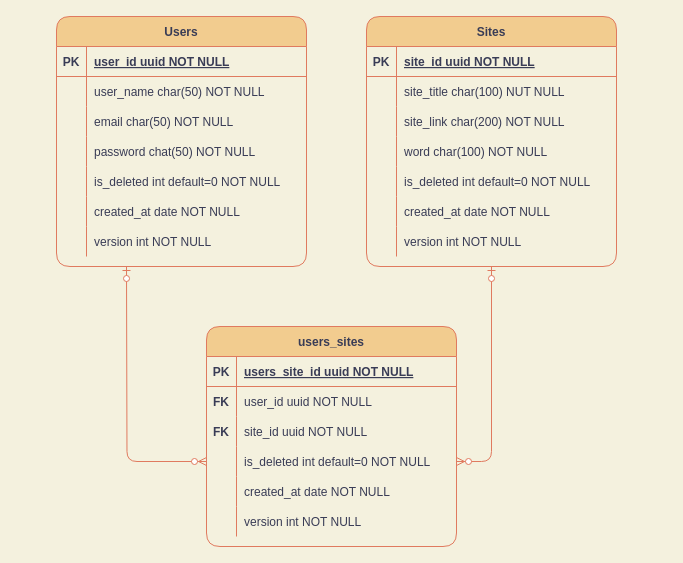
kkoouuya/google-search-app keeps this draw.io diagram as GoogleSearchAppER.drawio. Above is the earlier version. Source tidied: cells renumbered, new cells numbered last; positions are measured from the earlier drawing's top-left corner, leaving out a move shared by most shapes. Both pictures are drawn from the tidied source at 100%, with x=0, y=0 at pixel (56, 16).
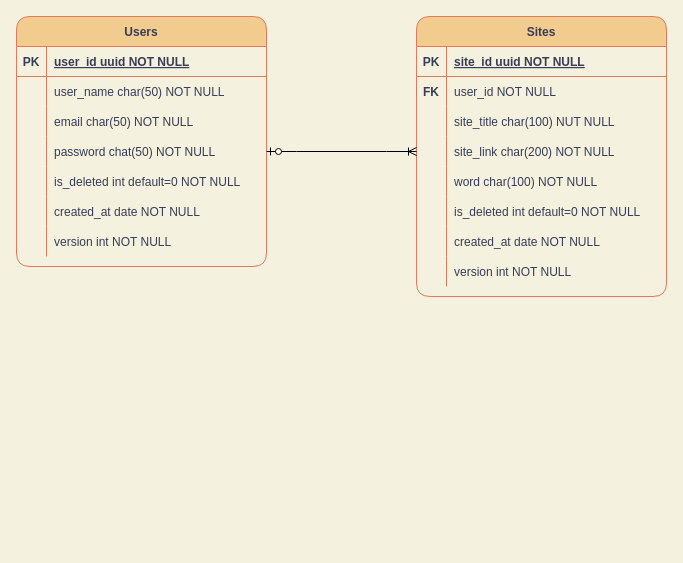
The same diagram, later.

Unchanged cells that the change refers to:
```xml
<mxCell id="34" style="shape=partialRectangle;fillColor=none;points=[[0,0.5],[1,0.5]];portConstraint=eastwest;top=0;left=0;right=0;bottom=0;rounded=1;strokeColor=#E07A5F;fontColor=#393C56;" parent="24" vertex="1">
  <mxGeometry y="120" width="250" height="30" as="geometry" />
</mxCell>
```

Change to the diagram source:
```diff
@@
     <mxCell id="2" value="Sites" style="shape=table;startSize=30;childLayout=tableLayout;rowLines=0;fontStyle=1;align=center;rounded=1;fillColor=#F2CC8F;strokeColor=#E07A5F;fontColor=#393C56;" parent="1" vertex="1">
-      <mxGeometry x="310" width="250" height="250" as="geometry" />
+      <mxGeometry x="360" width="250" height="280" as="geometry" />
     </mxCell>
@@
+    <mxCell id="50" style="shape=partialRectangle;fillColor=none;top=0;left=0;right=0;bottom=0;rounded=1;strokeColor=#E07A5F;fontColor=#393C56;" parent="2" vertex="1">
+      <mxGeometry y="60" width="250" height="30" as="geometry" />
+    </mxCell>
+    <mxCell id="67" value="FK" style="shape=partialRectangle;overflow=hidden;fillColor=none;top=0;left=0;bottom=0;right=0;rounded=1;strokeColor=#E07A5F;fontColor=#393C56;fontStyle=1;" parent="50" vertex="1">
+      <mxGeometry width="30" height="30" as="geometry" />
+    </mxCell>
+    <mxCell id="68" value="user_id NOT NULL" style="shape=partialRectangle;overflow=hidden;fillColor=none;top=0;left=0;bottom=0;right=0;align=left;spacingLeft=6;rounded=1;strokeColor=#E07A5F;fontColor=#393C56;" parent="50" vertex="1">
+      <mxGeometry x="30" width="220" height="30" as="geometry" />
+    </mxCell>
     <mxCell id="6" style="shape=partialRectangle;fillColor=none;top=0;left=0;right=0;bottom=0;rounded=1;strokeColor=#E07A5F;fontColor=#393C56;" parent="2" vertex="1">
-      <mxGeometry y="60" width="250" height="30" as="geometry" />
+      <mxGeometry y="90" width="250" height="30" as="geometry" />
     </mxCell>
@@
     <mxCell id="9" style="shape=partialRectangle;fillColor=none;points=[[0,0.5],[1,0.5]];portConstraint=eastwest;top=0;left=0;right=0;bottom=0;rounded=1;strokeColor=#E07A5F;fontColor=#393C56;" parent="2" vertex="1">
-      <mxGeometry y="90" width="250" height="30" as="geometry" />
+      <mxGeometry y="120" width="250" height="30" as="geometry" />
     </mxCell>
@@
     <mxCell id="12" style="shape=partialRectangle;fillColor=none;top=0;left=0;right=0;bottom=0;rounded=1;strokeColor=#E07A5F;fontColor=#393C56;" parent="2" vertex="1">
-      <mxGeometry y="120" width="250" height="30" as="geometry" />
+      <mxGeometry y="150" width="250" height="30" as="geometry" />
     </mxCell>
@@
     <mxCell id="15" style="shape=partialRectangle;fillColor=none;top=0;left=0;right=0;bottom=0;rounded=1;strokeColor=#E07A5F;fontColor=#393C56;" parent="2" vertex="1">
-      <mxGeometry y="150" width="250" height="30" as="geometry" />
+      <mxGeometry y="180" width="250" height="30" as="geometry" />
     </mxCell>
@@
     <mxCell id="18" style="shape=partialRectangle;fillColor=none;top=0;left=0;right=0;bottom=0;rounded=1;strokeColor=#E07A5F;fontColor=#393C56;" parent="2" vertex="1">
-      <mxGeometry y="180" width="250" height="30" as="geometry" />
+      <mxGeometry y="210" width="250" height="30" as="geometry" />
     </mxCell>
@@
     <mxCell id="21" style="shape=partialRectangle;fillColor=none;top=0;left=0;right=0;bottom=0;rounded=1;strokeColor=#E07A5F;fontColor=#393C56;" parent="2" vertex="1">
-      <mxGeometry y="210" width="250" height="30" as="geometry" />
+      <mxGeometry y="240" width="250" height="30" as="geometry" />
     </mxCell>
@@
     <mxCell id="24" value="Users" style="shape=table;startSize=30;childLayout=tableLayout;rowLines=0;fontStyle=1;align=center;rounded=1;fillColor=#F2CC8F;strokeColor=#E07A5F;fontColor=#393C56;" parent="1" vertex="1">
-      <mxGeometry width="250" height="250" as="geometry" />
+      <mxGeometry x="-40" width="250" height="250" as="geometry" />
     </mxCell>
@@
-    <mxCell id="46" value="users_sites" style="shape=table;startSize=30;childLayout=tableLayout;rowLines=0;fontStyle=1;align=center;rounded=1;fillColor=#F2CC8F;strokeColor=#E07A5F;fontColor=#393C56;" parent="1" vertex="1">
-      <mxGeometry x="150" y="310" width="250" height="220" as="geometry" />
-    </mxCell>
-    <mxCell id="47" style="shape=partialRectangle;fillColor=none;top=0;left=0;right=0;bottom=1;rounded=1;strokeColor=#E07A5F;fontColor=#393C56;" parent="46" vertex="1">
-      <mxGeometry y="30" width="250" height="30" as="geometry" />
-    </mxCell>
-    <mxCell id="48" value="PK" style="shape=partialRectangle;overflow=hidden;fillColor=none;top=0;left=0;bottom=0;right=0;fontStyle=1;rounded=1;strokeColor=#E07A5F;fontColor=#393C56;" parent="47" vertex="1">
-      <mxGeometry width="30" height="30" as="geometry" />
-    </mxCell>
-    <mxCell id="49" value="users_site_id uuid NOT NULL " style="shape=partialRectangle;overflow=hidden;fillColor=none;top=0;left=0;bottom=0;right=0;align=left;spacingLeft=6;fontStyle=5;rounded=1;strokeColor=#E07A5F;fontColor=#393C56;" parent="47" vertex="1">
-      <mxGeometry x="30" width="220" height="30" as="geometry" />
-    </mxCell>
-    <mxCell id="50" style="shape=partialRectangle;fillColor=none;top=0;left=0;right=0;bottom=0;rounded=1;strokeColor=#E07A5F;fontColor=#393C56;" parent="46" vertex="1">
-      <mxGeometry y="60" width="250" height="30" as="geometry" />
-    </mxCell>
-    <mxCell id="51" value="FK" style="shape=partialRectangle;overflow=hidden;fillColor=none;top=0;left=0;bottom=0;right=0;fontStyle=1;rounded=1;strokeColor=#E07A5F;fontColor=#393C56;" parent="50" vertex="1">
-      <mxGeometry width="30" height="30" as="geometry" />
-    </mxCell>
-    <mxCell id="52" value="user_id uuid NOT NULL" style="shape=partialRectangle;overflow=hidden;fillColor=none;top=0;left=0;bottom=0;right=0;align=left;spacingLeft=6;rounded=1;strokeColor=#E07A5F;fontColor=#393C56;" parent="50" vertex="1">
-      <mxGeometry x="30" width="220" height="30" as="geometry" />
-    </mxCell>
-    <mxCell id="53" style="shape=partialRectangle;fillColor=none;top=0;left=0;right=0;bottom=0;rounded=1;strokeColor=#E07A5F;fontColor=#393C56;" parent="46" vertex="1">
-      <mxGeometry y="90" width="250" height="30" as="geometry" />
-    </mxCell>
-    <mxCell id="54" value="FK" style="shape=partialRectangle;overflow=hidden;fillColor=none;top=0;left=0;bottom=0;right=0;fontStyle=1;rounded=1;strokeColor=#E07A5F;fontColor=#393C56;" parent="53" vertex="1">
-      <mxGeometry width="30" height="30" as="geometry" />
-    </mxCell>
-    <mxCell id="55" value="site_id uuid NOT NULL" style="shape=partialRectangle;overflow=hidden;fillColor=none;top=0;left=0;bottom=0;right=0;align=left;spacingLeft=6;rounded=1;strokeColor=#E07A5F;fontColor=#393C56;" parent="53" vertex="1">
-      <mxGeometry x="30" width="220" height="30" as="geometry" />
-    </mxCell>
-    <mxCell id="56" style="shape=partialRectangle;fillColor=none;points=[[0,0.5],[1,0.5]];portConstraint=eastwest;top=0;left=0;right=0;bottom=0;rounded=1;strokeColor=#E07A5F;fontColor=#393C56;" parent="46" vertex="1">
-      <mxGeometry y="120" width="250" height="30" as="geometry" />
-    </mxCell>
-    <mxCell id="57" style="shape=partialRectangle;overflow=hidden;fillColor=none;top=0;left=0;bottom=0;right=0;fontStyle=1;rounded=1;strokeColor=#E07A5F;fontColor=#393C56;" parent="56" vertex="1">
-      <mxGeometry width="30" height="30" as="geometry" />
-    </mxCell>
-    <mxCell id="58" value="is_deleted int default=0 NOT NULL" style="shape=partialRectangle;overflow=hidden;fillColor=none;top=0;left=0;bottom=0;right=0;align=left;spacingLeft=6;rounded=1;strokeColor=#E07A5F;fontColor=#393C56;" parent="56" vertex="1">
-      <mxGeometry x="30" width="220" height="30" as="geometry" />
-    </mxCell>
-    <mxCell id="59" style="shape=partialRectangle;fillColor=none;top=0;left=0;right=0;bottom=0;rounded=1;strokeColor=#E07A5F;fontColor=#393C56;" parent="46" vertex="1">
-      <mxGeometry y="150" width="250" height="30" as="geometry" />
-    </mxCell>
-    <mxCell id="60" style="shape=partialRectangle;overflow=hidden;fillColor=none;top=0;left=0;bottom=0;right=0;fontStyle=1;rounded=1;strokeColor=#E07A5F;fontColor=#393C56;" parent="59" vertex="1">
-      <mxGeometry width="30" height="30" as="geometry" />
-    </mxCell>
-    <mxCell id="61" value="created_at date NOT NULL" style="shape=partialRectangle;overflow=hidden;fillColor=none;top=0;left=0;bottom=0;right=0;align=left;spacingLeft=6;rounded=1;strokeColor=#E07A5F;fontColor=#393C56;" parent="59" vertex="1">
-      <mxGeometry x="30" width="220" height="30" as="geometry" />
-    </mxCell>
-    <mxCell id="62" style="shape=partialRectangle;fillColor=none;top=0;left=0;right=0;bottom=0;rounded=1;strokeColor=#E07A5F;fontColor=#393C56;" parent="46" vertex="1">
-      <mxGeometry y="180" width="250" height="30" as="geometry" />
-    </mxCell>
-    <mxCell id="63" style="shape=partialRectangle;overflow=hidden;fillColor=none;top=0;left=0;bottom=0;right=0;fontStyle=1;rounded=1;strokeColor=#E07A5F;fontColor=#393C56;" parent="62" vertex="1">
-      <mxGeometry width="30" height="30" as="geometry" />
-    </mxCell>
-    <mxCell id="64" value="version int NOT NULL" style="shape=partialRectangle;overflow=hidden;fillColor=none;top=0;left=0;bottom=0;right=0;align=left;spacingLeft=6;rounded=1;strokeColor=#E07A5F;fontColor=#393C56;" parent="62" vertex="1">
-      <mxGeometry x="30" width="220" height="30" as="geometry" />
-    </mxCell>
-    <mxCell id="65" style="edgeStyle=orthogonalEdgeStyle;fontSize=12;html=1;endArrow=ERzeroToMany;startArrow=ERzeroToOne;rounded=1;entryX=0;entryY=0.5;entryDx=0;entryDy=0;labelBackgroundColor=#F4F1DE;strokeColor=#E07A5F;fontColor=#393C56;" parent="1" edge="1" target="56">
-      <mxGeometry relative="1" as="geometry">
-        <mxPoint x="70" y="250" as="sourcePoint" />
-      </mxGeometry>
-    </mxCell>
-    <mxCell id="66" style="edgeStyle=orthogonalEdgeStyle;fontSize=12;html=1;endArrow=ERzeroToMany;startArrow=ERzeroToOne;rounded=1;entryX=1;entryY=0.5;entryDx=0;entryDy=0;labelBackgroundColor=#F4F1DE;strokeColor=#E07A5F;fontColor=#393C56;exitX=0.5;exitY=1;exitDx=0;exitDy=0;" parent="1" edge="1" source="2" target="56">
-      <mxGeometry relative="1" as="geometry" />
-    </mxCell>
+    <mxCell id="69" style="edgeStyle=entityRelationEdgeStyle;fontSize=12;html=1;endArrow=ERoneToMany;startArrow=ERzeroToOne;rounded=0;entryX=0;entryY=0.5;entryDx=0;entryDy=0;exitX=1;exitY=0.5;exitDx=0;exitDy=0;" parent="1" edge="1" source="34" target="9">
+      <mxGeometry relative="1" as="geometry" />
+    </mxCell>
```
